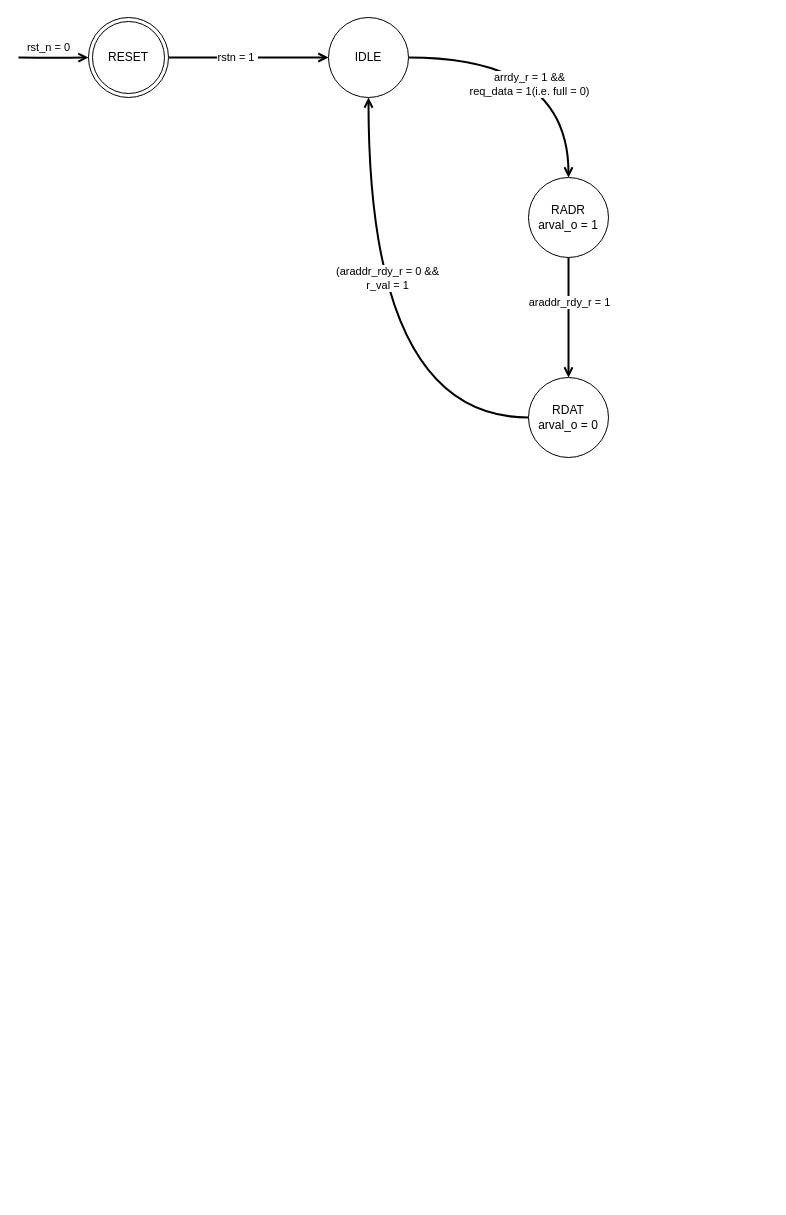
Above: page "vga_mem_ctrl_fsm" (4 of 4) of docs/top_lvl_block_diagram.drawio in T-Szymk/VGA_Controller (draw.io), before the change. Source tidied: cells renumbered, new cells numbered last; positions are measured from the earlier drawing's top-left corner, leaving out a move shared by most shapes. Both pictures are drawn from the tidied source at 100%, with x=0, y=0 at pixel (18, 17).
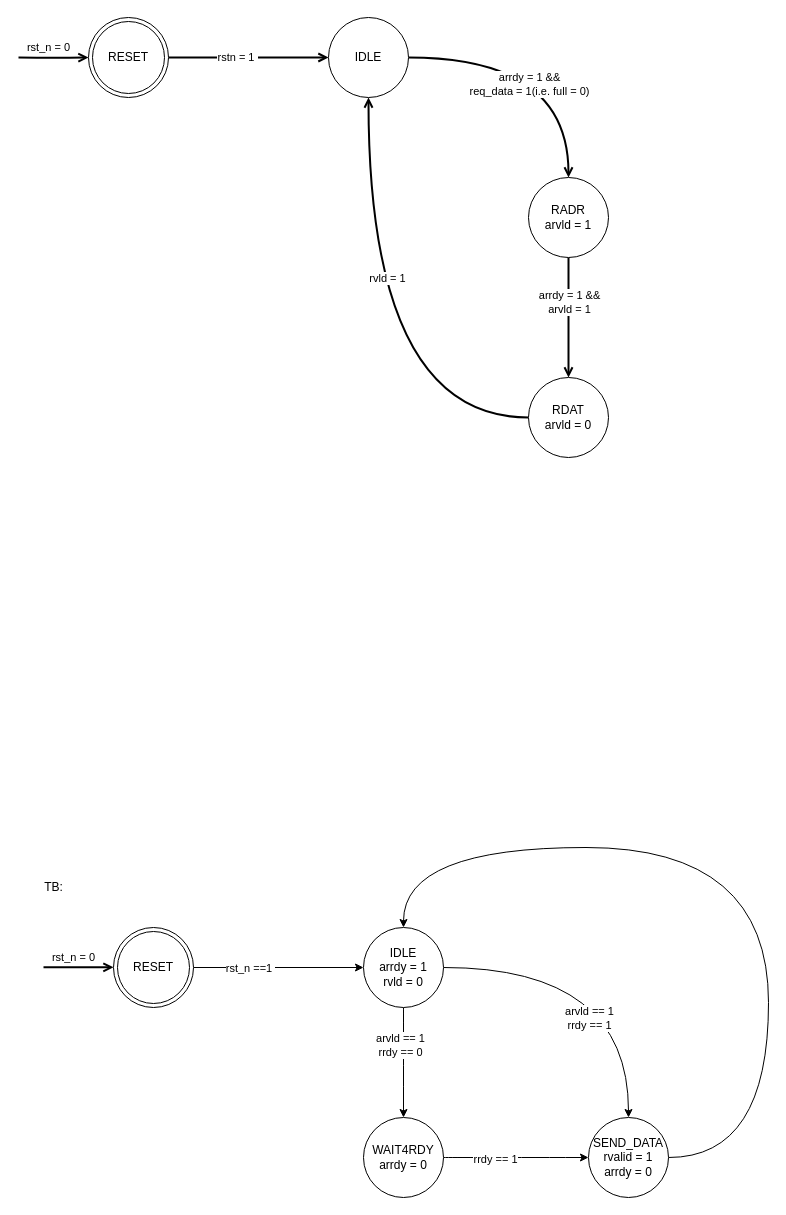
Above is the later version.

Unchanged cells that the change refers to:
```xml
<mxCell id="6" style="edgeStyle=orthogonalEdgeStyle;curved=1;rounded=0;jettySize=auto;html=1;exitX=1;exitY=0.5;exitDx=0;exitDy=0;entryX=0.5;entryY=0;entryDx=0;entryDy=0;endArrow=open;endFill=0;strokeWidth=2;" parent="1" edge="1" source="8" target="11">
  <mxGeometry relative="1" as="geometry" />
</mxCell>
<mxCell id="9" style="edgeStyle=orthogonalEdgeStyle;curved=1;rounded=0;jettySize=auto;html=1;exitX=0.5;exitY=1;exitDx=0;exitDy=0;entryX=0.5;entryY=0;entryDx=0;entryDy=0;endArrow=open;endFill=0;strokeWidth=2;" parent="1" edge="1" source="11" target="14">
  <mxGeometry relative="1" as="geometry" />
</mxCell>
<mxCell id="12" style="edgeStyle=orthogonalEdgeStyle;curved=1;rounded=0;jettySize=auto;html=1;exitX=0;exitY=0.5;exitDx=0;exitDy=0;entryX=0.5;entryY=1;entryDx=0;entryDy=0;endArrow=open;endFill=0;strokeWidth=2;" parent="1" edge="1" source="14" target="8">
  <mxGeometry relative="1" as="geometry" />
</mxCell>
```

What changed in the source:
```diff
@@
-    <mxCell id="7" value="arrdy_r = 1 &amp;amp;&amp;amp; &lt;br&gt;req_data = 1(i.e. full = 0)" style="edgeLabel;html=1;align=center;verticalAlign=middle;" parent="6" vertex="1">
+    <mxCell id="7" value="arrdy = 1 &amp;amp;&amp;amp; &lt;br&gt;req_data = 1(i.e. full = 0)" style="edgeLabel;html=1;align=center;verticalAlign=middle;" parent="6" vertex="1">
       <mxGeometry x="-0.14" y="-26" relative="1" as="geometry" />
     </mxCell>
@@
-    <mxCell id="10" value="araddr_rdy_r = 1" style="edgeLabel;html=1;align=center;verticalAlign=middle;" parent="9" vertex="1">
+    <mxCell id="10" value="arrdy = 1 &amp;amp;&amp;amp; &lt;br&gt;arvld = 1" style="edgeLabel;html=1;align=center;verticalAlign=middle;" parent="9" vertex="1">
       <mxGeometry x="-0.27" relative="1" as="geometry" />
     </mxCell>
-    <mxCell id="11" value="RADR&lt;br&gt;arval_o = 1" style="ellipse;whiteSpace=wrap;html=1;" parent="1" vertex="1">
+    <mxCell id="11" value="RADR&lt;br&gt;arvld = 1" style="ellipse;whiteSpace=wrap;html=1;" parent="1" vertex="1">
       <mxGeometry x="510" y="160" width="80" height="80" as="geometry" />
     </mxCell>
@@
-    <mxCell id="13" value="(araddr_rdy_r = 0 &amp;amp;&amp;amp;&lt;br&gt;r_val = 1" style="edgeLabel;html=1;align=center;verticalAlign=middle;" parent="12" vertex="1">
+    <mxCell id="13" value="rvld = 1" style="edgeLabel;html=1;align=center;verticalAlign=middle;" parent="12" vertex="1">
       <mxGeometry x="0.25" y="-18" relative="1" as="geometry" />
     </mxCell>
-    <mxCell id="14" value="RDAT&lt;br&gt;arval_o = 0" style="ellipse;whiteSpace=wrap;html=1;" parent="1" vertex="1">
+    <mxCell id="14" value="RDAT&lt;br&gt;arvld = 0" style="ellipse;whiteSpace=wrap;html=1;" parent="1" vertex="1">
       <mxGeometry x="510" y="360" width="80" height="80" as="geometry" />
     </mxCell>
+    <mxCell id="15" value="TB:" style="text;html=1;align=center;verticalAlign=middle;strokeColor=none;fillColor=none;" parent="1" vertex="1">
+      <mxGeometry x="20" y="860" width="30" height="20" as="geometry" />
+    </mxCell>
+    <mxCell id="16" style="edgeStyle=orthogonalEdgeStyle;rounded=0;jettySize=auto;html=1;exitX=1;exitY=0.5;exitDx=0;exitDy=0;entryX=0;entryY=0.5;entryDx=0;entryDy=0;" parent="1" edge="1" source="18" target="24">
+      <mxGeometry relative="1" as="geometry" />
+    </mxCell>
+    <mxCell id="17" value="rst_n ==1&amp;nbsp;" style="edgeLabel;html=1;align=center;verticalAlign=middle;" parent="16" vertex="1">
+      <mxGeometry x="-0.34" relative="1" as="geometry" />
+    </mxCell>
+    <mxCell id="18" value="RESET" style="ellipse;shape=doubleEllipse;whiteSpace=wrap;html=1;" parent="1" vertex="1">
+      <mxGeometry x="95" y="910" width="80" height="80" as="geometry" />
+    </mxCell>
+    <mxCell id="19" value="rst_n = 0" style="edgeStyle=orthogonalEdgeStyle;curved=1;rounded=0;orthogonalLoop=1;jettySize=auto;html=1;exitX=0;exitY=0.5;exitDx=0;exitDy=0;endArrow=open;endFill=0;strokeWidth=2;entryX=0;entryY=0.5;entryDx=0;entryDy=0;" parent="1" edge="1">
+      <mxGeometry x="-0.14" y="10" relative="1" as="geometry">
+        <mxPoint x="25" y="949.8" as="sourcePoint" />
+        <mxPoint x="95" y="949.8" as="targetPoint" />
+      </mxGeometry>
+    </mxCell>
+    <mxCell id="20" style="edgeStyle=orthogonalEdgeStyle;rounded=0;jettySize=auto;html=1;exitX=1;exitY=0.5;exitDx=0;exitDy=0;entryX=0.5;entryY=0;entryDx=0;entryDy=0;curved=1;" parent="1" edge="1" source="24" target="26">
+      <mxGeometry relative="1" as="geometry" />
+    </mxCell>
+    <mxCell id="21" value="arvld == 1&lt;br&gt;rrdy == 1" style="edgeLabel;html=1;align=center;verticalAlign=middle;" parent="20" vertex="1">
+      <mxGeometry x="-0.11" y="-17" relative="1" as="geometry">
+        <mxPoint x="-4" y="33" as="offset" />
+      </mxGeometry>
+    </mxCell>
+    <mxCell id="22" style="edgeStyle=orthogonalEdgeStyle;curved=1;rounded=0;jettySize=auto;html=1;exitX=0.5;exitY=1;exitDx=0;exitDy=0;entryX=0.5;entryY=0;entryDx=0;entryDy=0;" parent="1" edge="1" source="24" target="29">
+      <mxGeometry relative="1" as="geometry" />
+    </mxCell>
+    <mxCell id="23" value="arvld == 1&lt;br&gt;rrdy == 0" style="edgeLabel;html=1;align=center;verticalAlign=middle;" parent="22" vertex="1">
+      <mxGeometry x="-0.33" y="-4" relative="1" as="geometry" />
+    </mxCell>
+    <mxCell id="24" value="IDLE&lt;br&gt;arrdy = 1&lt;br&gt;rvld = 0" style="ellipse;whiteSpace=wrap;html=1;" parent="1" vertex="1">
+      <mxGeometry x="345" y="910" width="80" height="80" as="geometry" />
+    </mxCell>
+    <mxCell id="25" style="edgeStyle=orthogonalEdgeStyle;curved=1;rounded=0;jettySize=auto;html=1;exitX=1;exitY=0.5;exitDx=0;exitDy=0;entryX=0.5;entryY=0;entryDx=0;entryDy=0;" parent="1" edge="1" source="26" target="24">
+      <mxGeometry relative="1" as="geometry">
+        <Array as="points">
+          <mxPoint x="750" y="1140" />
+          <mxPoint x="750" y="830" />
+          <mxPoint x="385" y="830" />
+        </Array>
+      </mxGeometry>
+    </mxCell>
+    <mxCell id="26" value="SEND_DATA&lt;br&gt;rvalid = 1&lt;br&gt;arrdy = 0" style="ellipse;whiteSpace=wrap;html=1;" parent="1" vertex="1">
+      <mxGeometry x="570" y="1100" width="80" height="80" as="geometry" />
+    </mxCell>
+    <mxCell id="27" style="edgeStyle=orthogonalEdgeStyle;curved=1;rounded=0;jettySize=auto;html=1;exitX=1;exitY=0.5;exitDx=0;exitDy=0;entryX=0;entryY=0.5;entryDx=0;entryDy=0;" parent="1" edge="1" source="29" target="26">
+      <mxGeometry relative="1" as="geometry" />
+    </mxCell>
+    <mxCell id="28" value="rrdy == 1" style="edgeLabel;html=1;align=center;verticalAlign=middle;" parent="27" vertex="1">
+      <mxGeometry x="-0.3" y="-1" relative="1" as="geometry" />
+    </mxCell>
+    <mxCell id="29" value="WAIT4RDY&lt;br&gt;arrdy = 0" style="ellipse;whiteSpace=wrap;html=1;" parent="1" vertex="1">
+      <mxGeometry x="345" y="1100" width="80" height="80" as="geometry" />
+    </mxCell>
```
